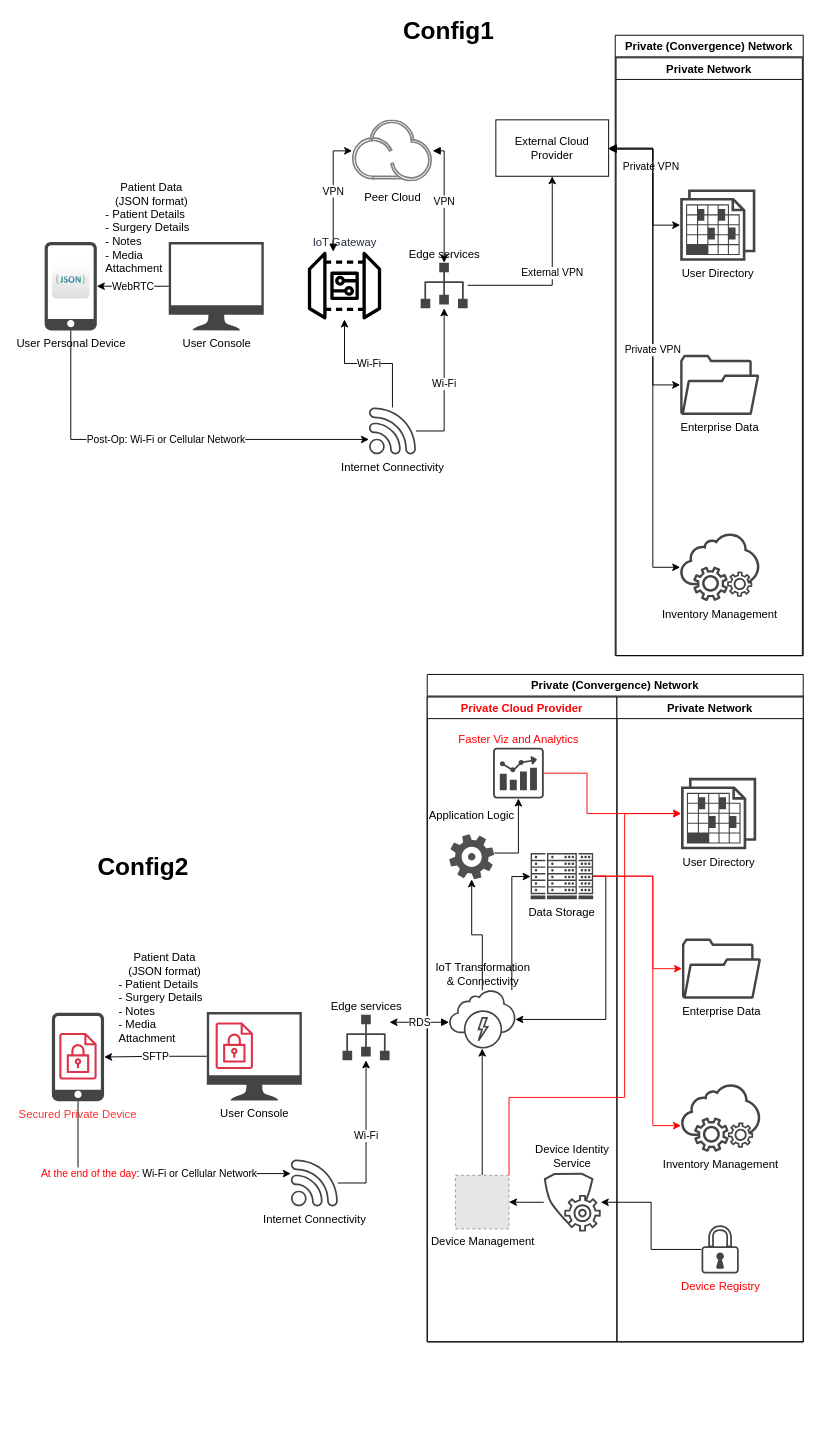
Before: ConvMed-Convergence.drawio in PJPDQ/Engineering-Workflows, a draw.io diagram. Source tidied: cells renumbered, new cells numbered last; positions are measured from the earlier drawing's top-left corner, leaving out a move shared by most shapes. Both pictures are drawn from the tidied source at 94%, with x=0, y=0 at pixel (44, 16). Pictures stored in the file or linked from it are replaced by grey dashed boxes.
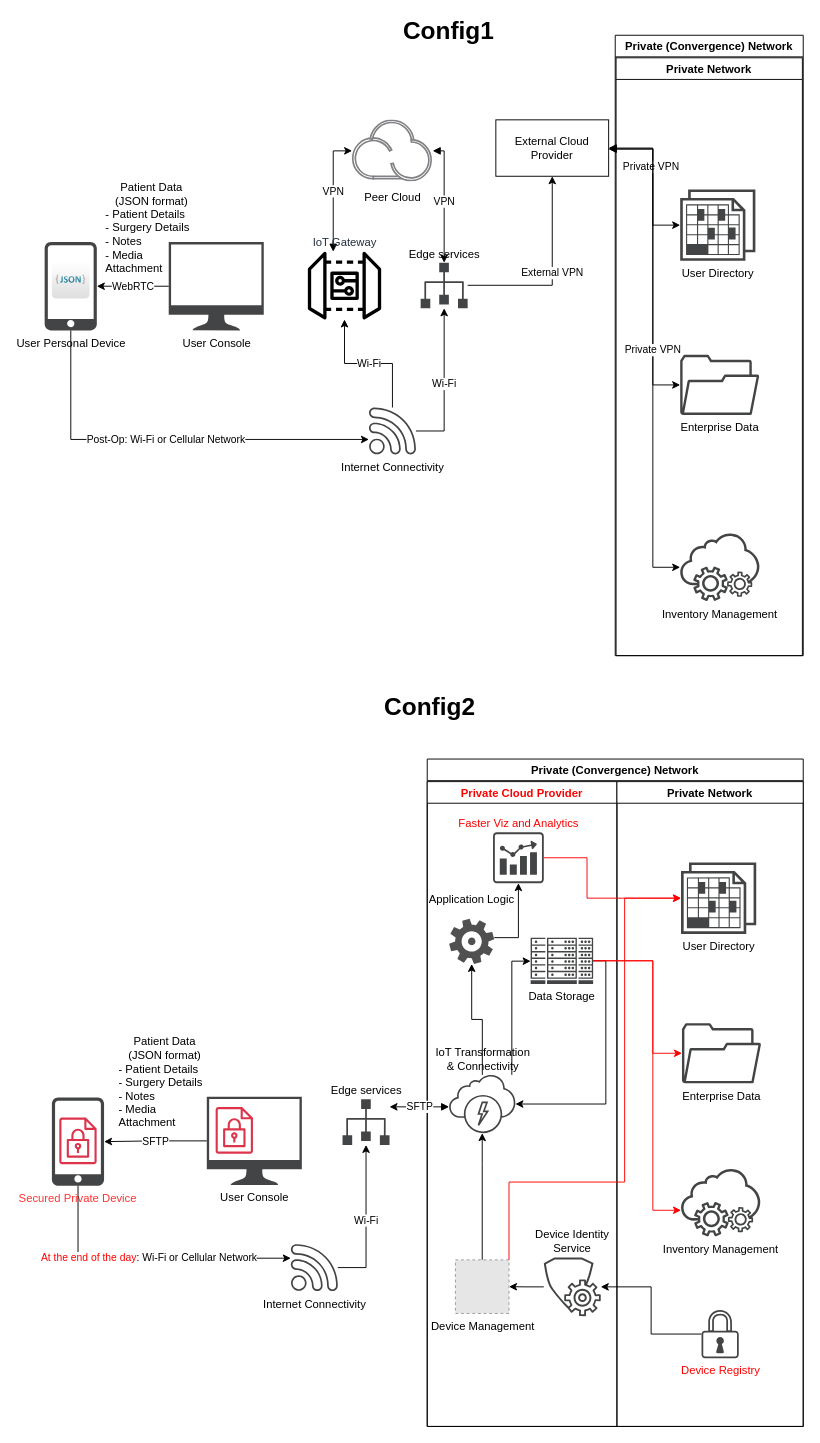
After the change.

Unchanged cells that the change refers to:
```xml
<mxCell id="18" value="IoT Transformation &lt;br&gt;&amp;amp; Connectivity" style="sketch=0;shadow=0;dashed=0;html=1;strokeColor=none;fillColor=#434445;labelPosition=center;verticalLabelPosition=top;verticalAlign=bottom;align=center;outlineConnect=0;shape=mxgraph.vvd.service_provider_cloud_environment;" parent="11" vertex="1">
  <mxGeometry x="23.3" y="312" width="70.5" height="62" as="geometry" />
</mxCell>
```

The edit, as a diff of the source:
```diff
@@
     <mxCell id="10" value="Private (Convergence) Network" style="swimlane;shadow=0;" parent="1" vertex="1">
-      <mxGeometry x="407" y="700" width="400" height="710" as="geometry" />
+      <mxGeometry x="407" y="790" width="400" height="710" as="geometry" />
     </mxCell>
@@
     <mxCell id="51" value="&lt;font color=&quot;#ff3333&quot;&gt;Secured Private Device&lt;/font&gt;" style="sketch=0;shadow=0;dashed=0;html=1;strokeColor=none;fillColor=#434445;labelPosition=center;verticalLabelPosition=bottom;verticalAlign=top;align=center;outlineConnect=0;shape=mxgraph.vvd.phone;" parent="1" vertex="1">
-      <mxGeometry x="7.7" y="1060" width="55.5" height="94" as="geometry" />
+      <mxGeometry x="7.7" y="1150" width="55.5" height="94" as="geometry" />
     </mxCell>
-    <mxCell id="52" value="RDS" style="edgeStyle=orthogonalEdgeStyle;shape=connector;rounded=0;jettySize=auto;html=1;labelBackgroundColor=default;strokeColor=default;align=center;verticalAlign=middle;fontFamily=Helvetica;fontSize=11;fontColor=default;endArrow=classic;startArrow=block;startFill=1;" parent="1" edge="1" source="18" target="53">
+    <mxCell id="52" value="SFTP" style="edgeStyle=orthogonalEdgeStyle;shape=connector;rounded=0;jettySize=auto;html=1;labelBackgroundColor=default;strokeColor=default;align=center;verticalAlign=middle;fontFamily=Helvetica;fontSize=11;fontColor=default;endArrow=classic;startArrow=block;startFill=1;" parent="1" edge="1" source="18" target="53">
       <mxGeometry x="-0.03" relative="1" as="geometry">
         <Array as="points">
-          <mxPoint x="400" y="1070" />
-          <mxPoint x="400" y="1070" />
+          <mxPoint x="400" y="1160" />
+          <mxPoint x="400" y="1160" />
         </Array>
       </mxGeometry>
     </mxCell>
     <mxCell id="53" value="Edge services" style="sketch=0;shadow=0;dashed=0;html=1;strokeColor=none;fillColor=#434445;labelPosition=center;verticalLabelPosition=top;verticalAlign=bottom;align=center;outlineConnect=0;shape=mxgraph.vvd.infrastructure;" parent="1" vertex="1">
-      <mxGeometry x="316.9" y="1062" width="50" height="48.5" as="geometry" />
+      <mxGeometry x="316.9" y="1152" width="50" height="48.5" as="geometry" />
     </mxCell>
@@
     <mxCell id="55" value="Internet Connectivity" style="sketch=0;shadow=0;dashed=0;html=1;strokeColor=none;fillColor=#434445;labelPosition=center;verticalLabelPosition=bottom;verticalAlign=top;align=center;outlineConnect=0;shape=mxgraph.vvd.wi_fi;" parent="1" vertex="1">
-      <mxGeometry x="261.9" y="1216" width="50" height="50" as="geometry" />
+      <mxGeometry x="261.9" y="1306" width="50" height="50" as="geometry" />
     </mxCell>
     <mxCell id="56" value="&lt;font color=&quot;#ff0000&quot;&gt;At the end of the day&lt;/font&gt;: Wi-Fi or Cellular Network" style="edgeStyle=orthogonalEdgeStyle;shape=connector;rounded=0;jettySize=auto;html=1;labelBackgroundColor=default;strokeColor=default;align=center;verticalAlign=middle;fontFamily=Helvetica;fontSize=11;fontColor=default;endArrow=classic;startArrow=none;startFill=0;" parent="1" edge="1" source="51" target="55">
       <mxGeometry relative="1" as="geometry">
         <Array as="points">
-          <mxPoint x="36" y="1231" />
+          <mxPoint x="36" y="1321" />
         </Array>
       </mxGeometry>
     </mxCell>
     <mxCell id="57" value="User Console" style="sketch=0;shadow=0;dashed=0;html=1;strokeColor=none;fillColor=#434445;labelPosition=center;verticalLabelPosition=bottom;verticalAlign=top;align=center;outlineConnect=0;shape=mxgraph.vvd.monitor;" parent="1" vertex="1">
-      <mxGeometry x="172.5" y="1059.2" width="101.1" height="94" as="geometry" />
+      <mxGeometry x="172.5" y="1149.2" width="101.1" height="94" as="geometry" />
     </mxCell>
@@
     <mxCell id="59" value="Patient Data&lt;br&gt;(JSON format)&lt;br&gt;&lt;div style=&quot;text-align: left;&quot;&gt;&lt;span style=&quot;background-color: initial;&quot;&gt;- Patient Details&lt;/span&gt;&lt;/div&gt;&lt;div style=&quot;text-align: left;&quot;&gt;&lt;span style=&quot;background-color: initial;&quot;&gt;- Surgery Details&lt;/span&gt;&lt;/div&gt;&lt;div style=&quot;text-align: left;&quot;&gt;&lt;span style=&quot;background-color: initial;&quot;&gt;- Notes&lt;/span&gt;&lt;/div&gt;&lt;div style=&quot;text-align: left;&quot;&gt;&lt;span style=&quot;background-color: initial;&quot;&gt;- Media Attachment&lt;/span&gt;&lt;/div&gt;" style="text;html=1;align=center;verticalAlign=middle;whiteSpace=wrap;rounded=0;" parent="1" vertex="1">
-      <mxGeometry x="77.7" y="999.2" width="100" height="90" as="geometry" />
+      <mxGeometry x="77.7" y="1089.2" width="100" height="90" as="geometry" />
     </mxCell>
     <mxCell id="60" style="sketch=0;fontColor=#232F3E;gradientColor=none;fillColor=#DD344C;strokeColor=none;dashed=0;verticalLabelPosition=bottom;verticalAlign=top;align=center;html=1;fontSize=12;fontStyle=0;shape=mxgraph.aws4.encrypted_data;" parent="1" vertex="1">
-      <mxGeometry x="181.9" y="1070" width="39.7" height="50" as="geometry" />
+      <mxGeometry x="181.9" y="1160" width="39.7" height="50" as="geometry" />
     </mxCell>
     <mxCell id="61" value="&lt;b&gt;&lt;font style=&quot;font-size: 26px;&quot;&gt;Config2&lt;br&gt;&lt;/font&gt;&lt;/b&gt;" style="text;html=1;align=center;verticalAlign=middle;whiteSpace=wrap;rounded=0;" parent="1" vertex="1">
-      <mxGeometry x="75" y="890" width="60" height="30" as="geometry" />
+      <mxGeometry x="380" y="720" width="60" height="30" as="geometry" />
     </mxCell>
     <mxCell id="62" style="sketch=0;fontColor=#232F3E;gradientColor=none;fillColor=#DD344C;strokeColor=none;dashed=0;verticalLabelPosition=bottom;verticalAlign=top;align=center;html=1;fontSize=12;fontStyle=0;shape=mxgraph.aws4.encrypted_data;" parent="1" vertex="1">
-      <mxGeometry x="15.6" y="1081.2" width="39.7" height="50" as="geometry" />
+      <mxGeometry x="15.6" y="1171.2" width="39.7" height="50" as="geometry" />
     </mxCell>
```
